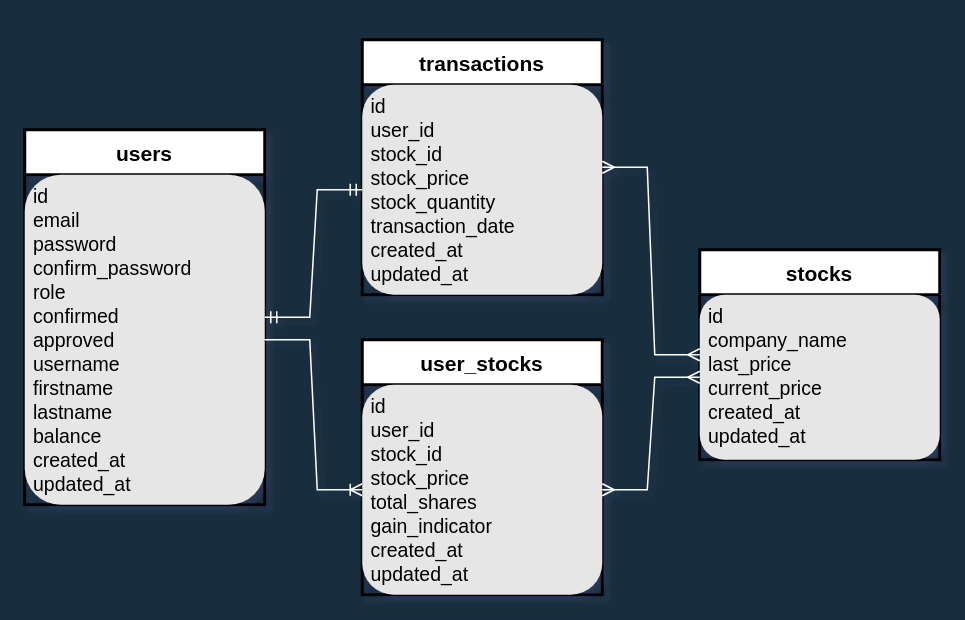
Before: ERD.drawio in macarron001/rails-stock-trading-api, a draw.io diagram. Source tidied: cells renumbered, new cells numbered last; positions are measured from the earlier drawing's top-left corner, leaving out a move shared by most shapes. Both pictures are drawn from the tidied source at 150%, with x=0, y=0 at pixel (24, 39).
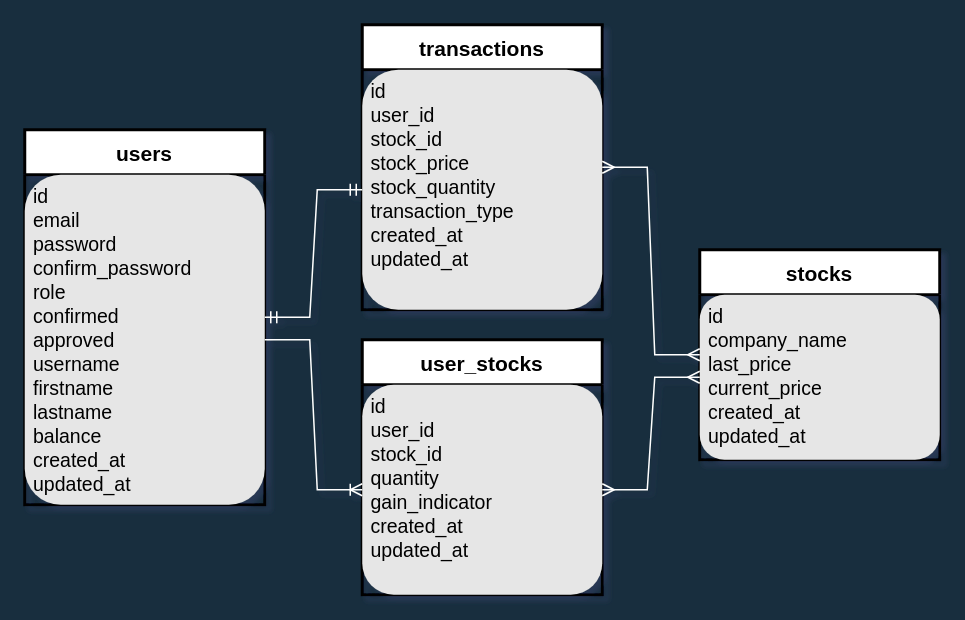
After the change.

Commit message:
finalized ERD

What changed in the source:
```diff
@@
 <mxGraphModel background="#182E3E" shadow="1">
   <root>
     <mxCell id="0" />
     <mxCell id="1" parent="0" />
     <mxCell id="2" value="users" style="swimlane;horizontal=1;startSize=30;rounded=0;fontSize=14;fontStyle=1;strokeWidth=2;shadow=0;dashed=0;align=center;fontColor=#000000;fillColor=#FFFFFF;" parent="1" vertex="1">
       <mxGeometry y="60" width="160" height="250" as="geometry" />
     </mxCell>
     <mxCell id="3" value="id&#10;email&#10;password&#10;confirm_password&#10;role&#10;confirmed&#10;approved&#10;username&#10;firstname&#10;lastname&#10;balance&#10;created_at&#10;updated_at" style="align=left;strokeColor=none;fillColor=#E6E6E6;spacingLeft=4;fontSize=13;verticalAlign=top;rounded=1;fontColor=#000000;glass=0;shadow=0;" parent="2" vertex="1">
       <mxGeometry y="30" width="160" height="220" as="geometry" />
     </mxCell>
     <mxCell id="4" value="user_stocks" style="swimlane;horizontal=1;startSize=30;rounded=0;fontSize=14;fontStyle=1;strokeWidth=2;shadow=0;dashed=0;align=center;fontColor=#000000;fillColor=#FFFFFF;" parent="1" vertex="1">
       <mxGeometry x="225" y="200" width="160" height="170" as="geometry" />
     </mxCell>
-    <mxCell id="5" value="id&#10;user_id&#10;stock_id&#10;stock_price&#10;total_shares&#10;gain_indicator&#10;created_at&#10;updated_at" style="align=left;strokeColor=none;fillColor=#E6E6E6;spacingLeft=4;fontSize=13;verticalAlign=top;rounded=1;fontColor=#000000;glass=0;shadow=0;" parent="4" vertex="1">
+    <mxCell id="5" value="id&#10;user_id&#10;stock_id&#10;quantity&#10;gain_indicator&#10;created_at&#10;updated_at" style="align=left;strokeColor=none;fillColor=#E6E6E6;spacingLeft=4;fontSize=13;verticalAlign=top;rounded=1;fontColor=#000000;glass=0;shadow=0;" parent="4" vertex="1">
       <mxGeometry y="30" width="160" height="140" as="geometry" />
     </mxCell>
     <mxCell id="6" value="stocks" style="swimlane;horizontal=1;startSize=30;rounded=0;fontSize=14;fontStyle=1;strokeWidth=2;shadow=0;dashed=0;align=center;fontColor=#000000;fillColor=#FFFFFF;" parent="1" vertex="1">
       <mxGeometry x="450" y="140" width="160" height="140" as="geometry" />
     </mxCell>
     <mxCell id="7" value="id&#10;company_name&#10;last_price&#10;current_price&#10;created_at&#10;updated_at" style="align=left;strokeColor=none;fillColor=#E6E6E6;spacingLeft=4;fontSize=13;verticalAlign=top;rounded=1;fontColor=#000000;glass=0;shadow=0;" parent="6" vertex="1">
       <mxGeometry y="30" width="160" height="110" as="geometry" />
     </mxCell>
     <mxCell id="8" value="transactions" style="swimlane;horizontal=1;startSize=30;rounded=0;fontSize=14;fontStyle=1;strokeWidth=2;shadow=0;dashed=0;align=center;fontColor=#000000;fillColor=#FFFFFF;" parent="1" vertex="1">
-      <mxGeometry x="225" width="160" height="170" as="geometry" />
+      <mxGeometry x="225" y="-10" width="160" height="190" as="geometry" />
     </mxCell>
-    <mxCell id="9" value="id&#10;user_id&#10;stock_id&#10;stock_price&#10;stock_quantity&#10;transaction_date&#10;created_at&#10;updated_at" style="align=left;strokeColor=none;fillColor=#E6E6E6;spacingLeft=4;fontSize=13;verticalAlign=top;rounded=1;fontColor=#000000;glass=0;shadow=0;" parent="8" vertex="1">
-      <mxGeometry y="30" width="160" height="140" as="geometry" />
+    <mxCell id="9" value="id&#10;user_id&#10;stock_id&#10;stock_price&#10;stock_quantity&#10;transaction_type&#10;created_at&#10;updated_at" style="align=left;strokeColor=none;fillColor=#E6E6E6;spacingLeft=4;fontSize=13;verticalAlign=top;rounded=1;fontColor=#000000;glass=0;shadow=0;" parent="8" vertex="1">
+      <mxGeometry y="30" width="160" height="160" as="geometry" />
     </mxCell>
     <mxCell id="10" style="edgeStyle=entityRelationEdgeStyle;fontSize=12;html=1;endArrow=ERoneToMany;rounded=0;strokeColor=#FFFFFF;" parent="1" edge="1" source="3" target="5">
       <mxGeometry relative="1" as="geometry" />
     </mxCell>
     <mxCell id="11" style="edgeStyle=entityRelationEdgeStyle;fontSize=12;html=1;endArrow=ERmany;startArrow=ERmany;rounded=0;strokeColor=#FFFFFF;" parent="1" edge="1" source="5" target="7">
       <mxGeometry relative="1" as="geometry" />
     </mxCell>
     <mxCell id="12" style="edgeStyle=entityRelationEdgeStyle;fontSize=12;html=1;endArrow=ERmandOne;startArrow=ERmandOne;rounded=0;strokeColor=#FFFFFF;" parent="1" edge="1" source="2" target="9">
       <mxGeometry relative="1" as="geometry" />
     </mxCell>
     <mxCell id="13" style="edgeStyle=entityRelationEdgeStyle;fontSize=12;html=1;endArrow=ERmany;startArrow=ERmany;rounded=0;strokeColor=#FFFFFF;" parent="1" edge="1" source="8" target="6">
       <mxGeometry relative="1" as="geometry" />
     </mxCell>
   </root>
 </mxGraphModel>
```
